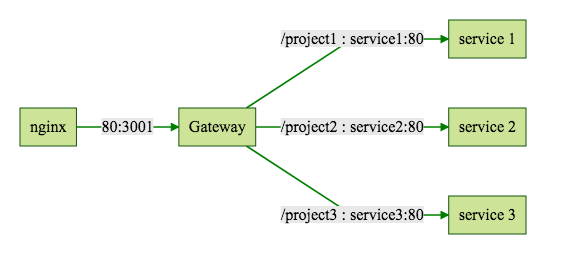
Above: md/top.png in captainblue2013/lat-runner (Mermaid), before the change. Its source is kept beside it as md/top.mmd.
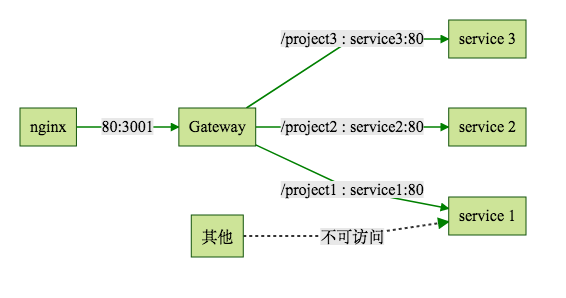
Above is the later version.

Diff of the diagram source:
```diff
@@ -3,3 +3,5 @@
     B--/project1 : service1:80-->C[service 1]
     B--/project2 : service2:80-->D[service 2]
     B--/project3 : service3:80-->E[service 3]
+
+    Other[其他] -.不可访问.-> C
```
